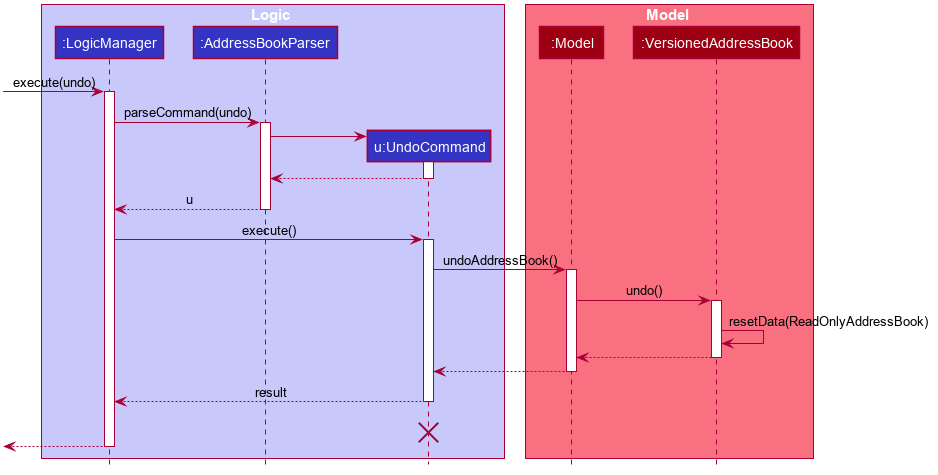
This is docs/images/UndoSequenceDiagram.png from nus-cs2103-AY2223S1/tp, a PlantUML export, as it was before one commit.
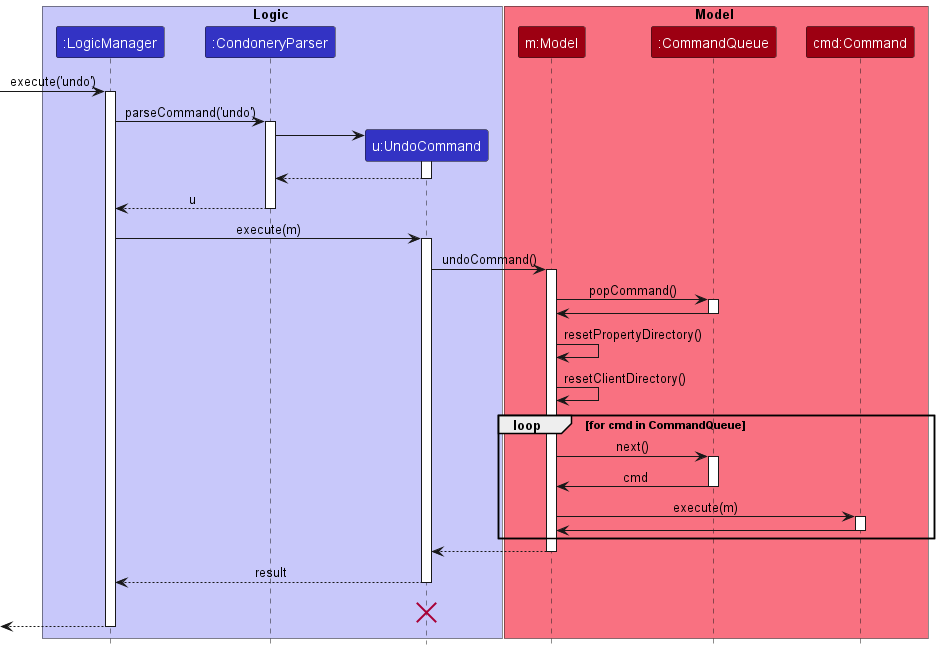
Above is the later version.

Diff of the diagram source:
```diff
@@ -1,92 +1,58 @@
 @startuml
+!include style.puml
 
-
-
-
-
-
-
-
-skinparam BackgroundColor #FFFFFFF
-
-skinparam Shadowing false
-
-skinparam Class {
-    FontColor #FFFFFF
-    BorderThickness 1
-    BorderColor #FFFFFF
-    StereotypeFontColor #FFFFFF
-    FontName Arial
-}
-
-skinparam Actor {
-    BorderColor #000000
-    Color #000000
-    FontName Arial
-}
-
-skinparam Sequence {
-    MessageAlign center
-    BoxFontSize 15
-    BoxPadding 0
-    BoxFontColor #FFFFFF
-    FontName Arial
-}
-
-skinparam Participant {
-    FontColor #FFFFFFF
-    Padding 20
-}
-
-skinparam MinClassWidth 50
-skinparam ParticipantPadding 10
-skinparam Shadowing false
-skinparam DefaultTextAlignment center
-skinparam packageStyle Rectangle
-
-hide footbox
-hide members
-hide circle
-
-box Logic #C8C8FA
-participant ":LogicManager" as LogicManager #3333C4
-participant ":AddressBookParser" as AddressBookParser #3333C4
-participant "u:UndoCommand" as UndoCommand #3333C4
+box Logic LOGIC_COLOR_T1
+participant ":LogicManager" as LogicManager LOGIC_COLOR
+participant ":CondoneryParser" as CondoneryParser LOGIC_COLOR
+participant "u:UndoCommand" as UndoCommand LOGIC_COLOR
 end box
 
-box Model #F97181
-participant ":Model" as Model #9D0012
-participant ":VersionedAddressBook" as VersionedAddressBook #9D0012
+box Model MODEL_COLOR_T1
+participant "m:Model" as Model MODEL_COLOR
+participant ":CommandQueue" as CommandQueue MODEL_COLOR
+participant "cmd:Command" as Command MODEL_COLOR
 end box
-[-> LogicManager : execute(undo)
+[-> LogicManager : execute('undo')
 activate LogicManager
 
-LogicManager -> AddressBookParser : parseCommand(undo)
-activate AddressBookParser
+LogicManager -> CondoneryParser : parseCommand('undo')
+activate CondoneryParser
 
 create UndoCommand
-AddressBookParser -> UndoCommand
+CondoneryParser -> UndoCommand
 activate UndoCommand
 
-UndoCommand --> AddressBookParser
+UndoCommand --> CondoneryParser
 deactivate UndoCommand
 
-AddressBookParser --> LogicManager : u
-deactivate AddressBookParser
+CondoneryParser --> LogicManager : u
+deactivate CondoneryParser
 
-LogicManager -> UndoCommand : execute()
+LogicManager -> UndoCommand : execute(m)
 activate UndoCommand
 
-UndoCommand -> Model : undoAddressBook()
+UndoCommand -> Model : undoCommand()
 activate Model
 
-Model -> VersionedAddressBook : undo()
-activate VersionedAddressBook
+Model -> CommandQueue : popCommand()
+activate CommandQueue
 
-VersionedAddressBook -> VersionedAddressBook :resetData(ReadOnlyAddressBook)
-VersionedAddressBook --> Model :
-deactivate VersionedAddressBook
+CommandQueue -> Model
+deactivate CommandQueue
 
+Model -> Model : resetPropertyDirectory()
+Model -> Model : resetClientDirectory()
+
+loop for cmd in CommandQueue
+    Model -> CommandQueue : next()
+    activate CommandQueue
+    CommandQueue -> Model : cmd
+    deactivate CommandQueue
+    Model -> Command : execute(m)
+    activate Command
+    Command -> Model
+    deactivate Command
+end
 Model --> UndoCommand
 deactivate Model
 
```
